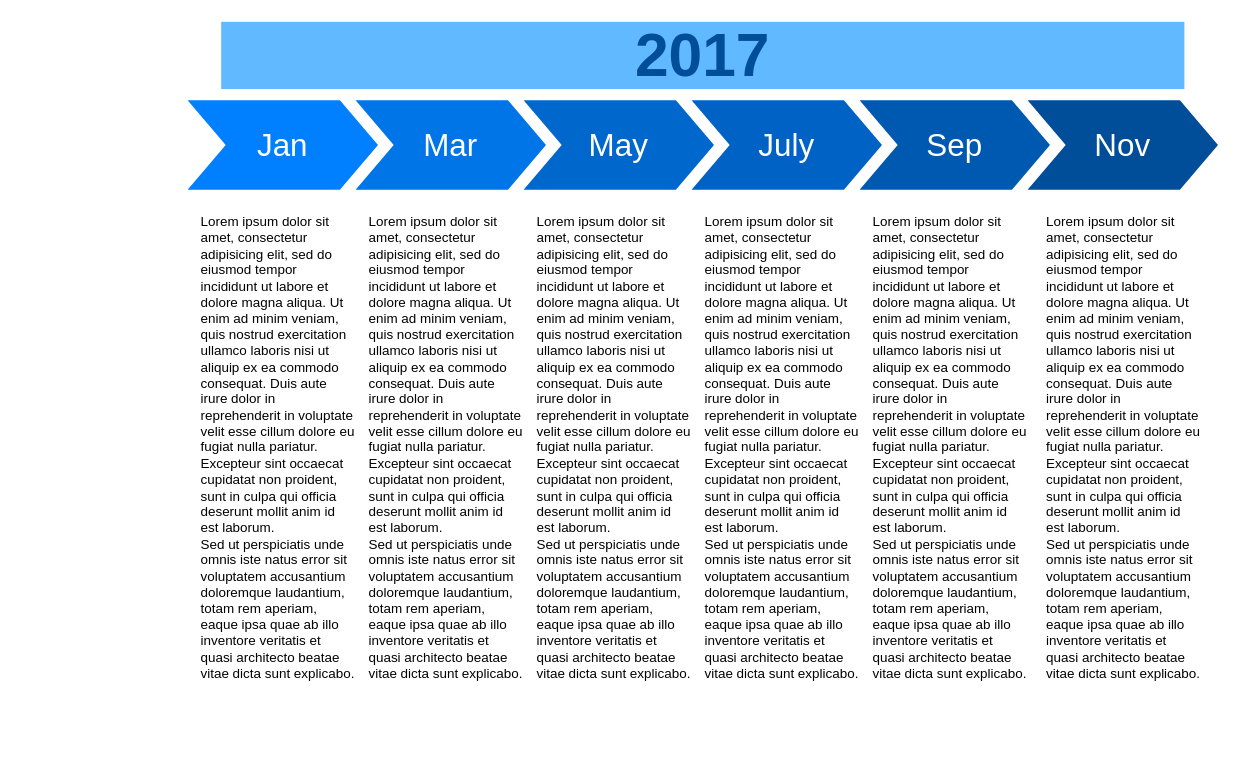
killermyth/Documents keeps this draw.io diagram as myrecord.drawio. Above is the earlier version. Source tidied: cells renumbered, new cells numbered last; positions are measured from the earlier drawing's top-left corner, leaving out a move shared by most shapes. Both pictures are drawn from the tidied source at 112%, with x=0, y=0 at pixel (187, 21).
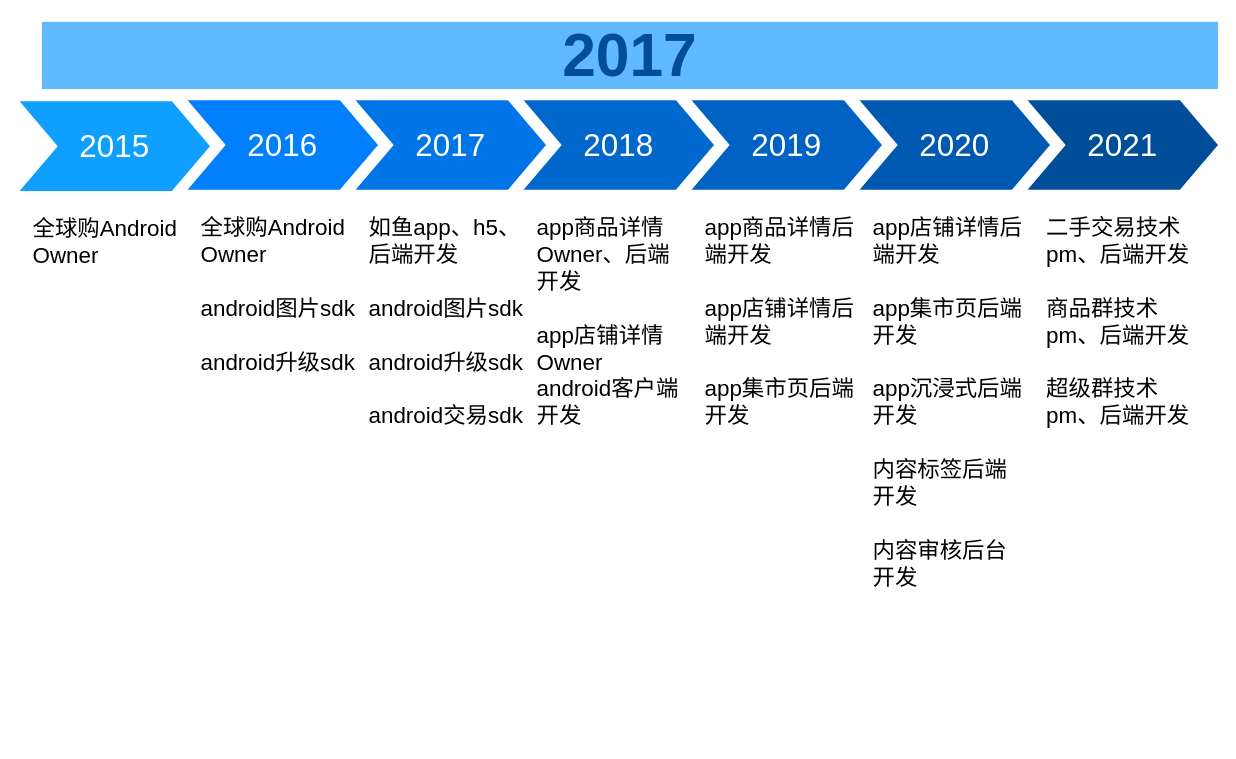
The same page after the edit.

Change to the diagram source:
```diff
@@
 <mxGraphModel>
   <root>
     <mxCell id="0" />
     <mxCell id="1" parent="0" />
-    <mxCell id="2" value="Jan" style="shape=step;whiteSpace=wrap;html=1;fontSize=28;fillColor=#0080FF;fontColor=#FFFFFF;strokeColor=none;" parent="1" vertex="1">
+    <mxCell id="2" value="2016" style="shape=step;whiteSpace=wrap;html=1;fontSize=28;fillColor=#0080FF;fontColor=#FFFFFF;strokeColor=none;" parent="1" vertex="1">
       <mxGeometry y="70" width="170" height="80" as="geometry" />
     </mxCell>
-    <mxCell id="3" value="Mar" style="shape=step;whiteSpace=wrap;html=1;fontSize=28;fillColor=#0075E8;fontColor=#FFFFFF;strokeColor=none;" parent="1" vertex="1">
+    <mxCell id="3" value="2017" style="shape=step;whiteSpace=wrap;html=1;fontSize=28;fillColor=#0075E8;fontColor=#FFFFFF;strokeColor=none;" parent="1" vertex="1">
       <mxGeometry x="150" y="70" width="170" height="80" as="geometry" />
     </mxCell>
-    <mxCell id="4" value="May" style="shape=step;whiteSpace=wrap;html=1;fontSize=28;fillColor=#0067CC;fontColor=#FFFFFF;strokeColor=none;" parent="1" vertex="1">
+    <mxCell id="4" value="2018" style="shape=step;whiteSpace=wrap;html=1;fontSize=28;fillColor=#0067CC;fontColor=#FFFFFF;strokeColor=none;" parent="1" vertex="1">
       <mxGeometry x="300" y="70" width="170" height="80" as="geometry" />
     </mxCell>
-    <mxCell id="5" value="July" style="shape=step;whiteSpace=wrap;html=1;fontSize=28;fillColor=#0062C4;fontColor=#FFFFFF;strokeColor=none;" parent="1" vertex="1">
+    <mxCell id="5" value="2019" style="shape=step;whiteSpace=wrap;html=1;fontSize=28;fillColor=#0062C4;fontColor=#FFFFFF;strokeColor=none;" parent="1" vertex="1">
       <mxGeometry x="450" y="70" width="170" height="80" as="geometry" />
     </mxCell>
-    <mxCell id="6" value="Sep" style="shape=step;whiteSpace=wrap;html=1;fontSize=28;fillColor=#0059B0;fontColor=#FFFFFF;strokeColor=none;" parent="1" vertex="1">
+    <mxCell id="6" value="2020" style="shape=step;whiteSpace=wrap;html=1;fontSize=28;fillColor=#0059B0;fontColor=#FFFFFF;strokeColor=none;" parent="1" vertex="1">
       <mxGeometry x="600" y="70" width="170" height="80" as="geometry" />
     </mxCell>
-    <mxCell id="7" value="Nov" style="shape=step;whiteSpace=wrap;html=1;fontSize=28;fillColor=#004D99;fontColor=#FFFFFF;strokeColor=none;" parent="1" vertex="1">
+    <mxCell id="7" value="2021" style="shape=step;whiteSpace=wrap;html=1;fontSize=28;fillColor=#004D99;fontColor=#FFFFFF;strokeColor=none;" parent="1" vertex="1">
       <mxGeometry x="750" y="70" width="170" height="80" as="geometry" />
     </mxCell>
     <mxCell id="8" value="2017" style="text;html=1;strokeColor=none;fillColor=#61BAFF;align=center;verticalAlign=middle;whiteSpace=wrap;fontSize=54;fontStyle=1;fontColor=#004D99;" parent="1" vertex="1">
-      <mxGeometry x="30" width="860" height="60" as="geometry" />
+      <mxGeometry x="-130" width="1050" height="60" as="geometry" />
     </mxCell>
-    <mxCell id="9" value="Lorem ipsum dolor sit amet, consectetur adipisicing elit, sed do eiusmod tempor incididunt ut labore et dolore magna aliqua. Ut enim ad minim veniam, quis nostrud exercitation ullamco laboris nisi ut aliquip ex ea commodo consequat. Duis aute irure dolor in reprehenderit in voluptate velit esse cillum dolore eu fugiat nulla pariatur. Excepteur sint occaecat cupidatat non proident, sunt in culpa qui officia deserunt mollit anim id est laborum.&lt;br&gt;Sed ut perspiciatis unde omnis iste natus error sit voluptatem accusantium doloremque laudantium, totam rem aperiam, eaque ipsa quae ab illo inventore veritatis et quasi architecto beatae vitae dicta sunt explicabo." style="text;spacingTop=-5;fillColor=#ffffff;whiteSpace=wrap;html=1;align=left;fontSize=12;fontFamily=Helvetica;fillColor=none;strokeColor=none;" parent="1" vertex="1">
+    <mxCell id="9" value="&lt;span style=&quot;font-size: 20px&quot;&gt;全球购Android Owner&lt;br&gt;&lt;br&gt;&lt;/span&gt;&lt;span style=&quot;font-size: 20px&quot;&gt;android图片sdk&lt;br&gt;&lt;/span&gt;&lt;span style=&quot;font-size: 20px&quot;&gt;&lt;br&gt;&lt;/span&gt;&lt;span style=&quot;font-size: 20px&quot;&gt;android升级sdk&lt;/span&gt;&lt;span style=&quot;font-size: 20px&quot;&gt;&lt;br&gt;&lt;/span&gt;" style="text;spacingTop=-5;fillColor=#ffffff;whiteSpace=wrap;html=1;align=left;fontSize=12;fontFamily=Helvetica;fillColor=none;strokeColor=none;" parent="1" vertex="1">
       <mxGeometry x="10" y="170" width="140" height="470" as="geometry" />
     </mxCell>
-    <mxCell id="10" value="Lorem ipsum dolor sit amet, consectetur adipisicing elit, sed do eiusmod tempor incididunt ut labore et dolore magna aliqua. Ut enim ad minim veniam, quis nostrud exercitation ullamco laboris nisi ut aliquip ex ea commodo consequat. Duis aute irure dolor in reprehenderit in voluptate velit esse cillum dolore eu fugiat nulla pariatur. Excepteur sint occaecat cupidatat non proident, sunt in culpa qui officia deserunt mollit anim id est laborum.&lt;br&gt;Sed ut perspiciatis unde omnis iste natus error sit voluptatem accusantium doloremque laudantium, totam rem aperiam, eaque ipsa quae ab illo inventore veritatis et quasi architecto beatae vitae dicta sunt explicabo." style="text;spacingTop=-5;fillColor=#ffffff;whiteSpace=wrap;html=1;align=left;fontSize=12;fontFamily=Helvetica;fillColor=none;strokeColor=none;" parent="1" vertex="1">
+    <mxCell id="10" value="&lt;font style=&quot;font-size: 20px&quot;&gt;如鱼app、h5、后端开发&lt;br&gt;&lt;br&gt;android图片sdk&lt;br&gt;&lt;br&gt;android升级sdk&lt;br&gt;&lt;br&gt;android交易sdk&lt;br&gt;&lt;/font&gt;" style="text;spacingTop=-5;fillColor=#ffffff;whiteSpace=wrap;html=1;align=left;fontSize=12;fontFamily=Helvetica;fillColor=none;strokeColor=none;" parent="1" vertex="1">
       <mxGeometry x="160" y="170" width="140" height="470" as="geometry" />
     </mxCell>
-    <mxCell id="11" value="Lorem ipsum dolor sit amet, consectetur adipisicing elit, sed do eiusmod tempor incididunt ut labore et dolore magna aliqua. Ut enim ad minim veniam, quis nostrud exercitation ullamco laboris nisi ut aliquip ex ea commodo consequat. Duis aute irure dolor in reprehenderit in voluptate velit esse cillum dolore eu fugiat nulla pariatur. Excepteur sint occaecat cupidatat non proident, sunt in culpa qui officia deserunt mollit anim id est laborum.&lt;br&gt;Sed ut perspiciatis unde omnis iste natus error sit voluptatem accusantium doloremque laudantium, totam rem aperiam, eaque ipsa quae ab illo inventore veritatis et quasi architecto beatae vitae dicta sunt explicabo." style="text;spacingTop=-5;fillColor=#ffffff;whiteSpace=wrap;html=1;align=left;fontSize=12;fontFamily=Helvetica;fillColor=none;strokeColor=none;" parent="1" vertex="1">
+    <mxCell id="11" value="&lt;font style=&quot;font-size: 20px&quot;&gt;app商品详情&lt;/font&gt;&lt;span style=&quot;font-size: 20px&quot;&gt;Owner、后端开发&lt;br&gt;&lt;br&gt;app店铺详情&lt;/span&gt;&lt;span style=&quot;font-size: 20px&quot;&gt;Owner&lt;br&gt;android客户端开发&lt;/span&gt;&lt;span style=&quot;font-size: 20px&quot;&gt;&lt;br&gt;&lt;br&gt;&lt;/span&gt;" style="text;spacingTop=-5;fillColor=#ffffff;whiteSpace=wrap;html=1;align=left;fontSize=12;fontFamily=Helvetica;fillColor=none;strokeColor=none;" parent="1" vertex="1">
       <mxGeometry x="310" y="170" width="140" height="470" as="geometry" />
     </mxCell>
-    <mxCell id="12" value="Lorem ipsum dolor sit amet, consectetur adipisicing elit, sed do eiusmod tempor incididunt ut labore et dolore magna aliqua. Ut enim ad minim veniam, quis nostrud exercitation ullamco laboris nisi ut aliquip ex ea commodo consequat. Duis aute irure dolor in reprehenderit in voluptate velit esse cillum dolore eu fugiat nulla pariatur. Excepteur sint occaecat cupidatat non proident, sunt in culpa qui officia deserunt mollit anim id est laborum.&lt;br&gt;Sed ut perspiciatis unde omnis iste natus error sit voluptatem accusantium doloremque laudantium, totam rem aperiam, eaque ipsa quae ab illo inventore veritatis et quasi architecto beatae vitae dicta sunt explicabo." style="text;spacingTop=-5;fillColor=#ffffff;whiteSpace=wrap;html=1;align=left;fontSize=12;fontFamily=Helvetica;fillColor=none;strokeColor=none;" parent="1" vertex="1">
+    <mxCell id="12" value="&lt;font style=&quot;font-size: 20px&quot;&gt;app商品详情&lt;/font&gt;&lt;span style=&quot;font-size: 20px&quot;&gt;后端开发&lt;br&gt;&lt;br&gt;&lt;/span&gt;&lt;font style=&quot;font-size: 20px&quot;&gt;app店铺详情&lt;/font&gt;&lt;span style=&quot;font-size: 20px&quot;&gt;后端开发&lt;br&gt;&lt;/span&gt;&lt;span style=&quot;font-size: 20px&quot;&gt;&lt;br&gt;app集市页后端开发&lt;br&gt;&lt;/span&gt;" style="text;spacingTop=-5;fillColor=#ffffff;whiteSpace=wrap;html=1;align=left;fontSize=12;fontFamily=Helvetica;fillColor=none;strokeColor=none;" parent="1" vertex="1">
       <mxGeometry x="460" y="170" width="140" height="470" as="geometry" />
     </mxCell>
-    <mxCell id="13" value="Lorem ipsum dolor sit amet, consectetur adipisicing elit, sed do eiusmod tempor incididunt ut labore et dolore magna aliqua. Ut enim ad minim veniam, quis nostrud exercitation ullamco laboris nisi ut aliquip ex ea commodo consequat. Duis aute irure dolor in reprehenderit in voluptate velit esse cillum dolore eu fugiat nulla pariatur. Excepteur sint occaecat cupidatat non proident, sunt in culpa qui officia deserunt mollit anim id est laborum.&lt;br&gt;Sed ut perspiciatis unde omnis iste natus error sit voluptatem accusantium doloremque laudantium, totam rem aperiam, eaque ipsa quae ab illo inventore veritatis et quasi architecto beatae vitae dicta sunt explicabo." style="text;spacingTop=-5;fillColor=#ffffff;whiteSpace=wrap;html=1;align=left;fontSize=12;fontFamily=Helvetica;fillColor=none;strokeColor=none;" parent="1" vertex="1">
+    <mxCell id="13" value="&lt;font style=&quot;font-size: 20px&quot;&gt;app店铺详情&lt;/font&gt;&lt;span style=&quot;font-size: 20px&quot;&gt;后端开发&lt;br&gt;&lt;br&gt;&lt;/span&gt;&lt;span style=&quot;font-size: 20px&quot;&gt;app集市页后端开发&lt;br&gt;&lt;/span&gt;&lt;span style=&quot;font-size: 20px&quot;&gt;&lt;br&gt;&lt;/span&gt;&lt;span style=&quot;font-size: 20px&quot;&gt;app沉浸式后端开发&lt;br&gt;&lt;/span&gt;&lt;span style=&quot;font-size: 20px&quot;&gt;&lt;br&gt;&lt;/span&gt;&lt;span style=&quot;font-size: 20px&quot;&gt;内容标签后端开发&lt;br&gt;&lt;/span&gt;&lt;span style=&quot;font-size: 20px&quot;&gt;&lt;br&gt;&lt;/span&gt;&lt;span style=&quot;font-size: 20px&quot;&gt;内容审核后台开发&lt;/span&gt;&lt;span style=&quot;font-size: 20px&quot;&gt;&lt;br&gt;&lt;br&gt;&lt;/span&gt;" style="text;spacingTop=-5;fillColor=#ffffff;whiteSpace=wrap;html=1;align=left;fontSize=12;fontFamily=Helvetica;fillColor=none;strokeColor=none;" parent="1" vertex="1">
       <mxGeometry x="610" y="170" width="140" height="470" as="geometry" />
     </mxCell>
-    <mxCell id="14" value="Lorem ipsum dolor sit amet, consectetur adipisicing elit, sed do eiusmod tempor incididunt ut labore et dolore magna aliqua. Ut enim ad minim veniam, quis nostrud exercitation ullamco laboris nisi ut aliquip ex ea commodo consequat. Duis aute irure dolor in reprehenderit in voluptate velit esse cillum dolore eu fugiat nulla pariatur. Excepteur sint occaecat cupidatat non proident, sunt in culpa qui officia deserunt mollit anim id est laborum.&lt;br&gt;Sed ut perspiciatis unde omnis iste natus error sit voluptatem accusantium doloremque laudantium, totam rem aperiam, eaque ipsa quae ab illo inventore veritatis et quasi architecto beatae vitae dicta sunt explicabo." style="text;spacingTop=-5;fillColor=#ffffff;whiteSpace=wrap;html=1;align=left;fontSize=12;fontFamily=Helvetica;fillColor=none;strokeColor=none;" parent="1" vertex="1">
+    <mxCell id="14" value="&lt;font style=&quot;font-size: 20px&quot;&gt;&lt;font style=&quot;font-size: 20px&quot;&gt;&lt;font style=&quot;font-size: 20px&quot;&gt;二手交易技术pm、后端开发&lt;br&gt;&lt;/font&gt;&lt;br&gt;商品群技术pm、后端开发&lt;br&gt;&lt;/font&gt;&lt;br&gt;超级群技术pm、后端开发&lt;/font&gt;" style="text;spacingTop=-5;fillColor=#ffffff;whiteSpace=wrap;html=1;align=left;fontSize=12;fontFamily=Helvetica;fillColor=none;strokeColor=none;" parent="1" vertex="1">
       <mxGeometry x="765" y="170" width="140" height="470" as="geometry" />
     </mxCell>
+    <mxCell id="15" value="2015" style="shape=step;whiteSpace=wrap;html=1;fontSize=28;fillColor=#0F9FFF;fontColor=#FFFFFF;strokeColor=none;" parent="1" vertex="1">
+      <mxGeometry x="-150" y="71" width="170" height="80" as="geometry" />
+    </mxCell>
+    <mxCell id="16" value="&lt;font style=&quot;font-size: 20px&quot;&gt;全球购Android Owner&lt;/font&gt;" style="text;spacingTop=-5;fillColor=#ffffff;whiteSpace=wrap;html=1;align=left;fontSize=12;fontFamily=Helvetica;fillColor=none;strokeColor=none;" parent="1" vertex="1">
+      <mxGeometry x="-140" y="171" width="140" height="470" as="geometry" />
+    </mxCell>
   </root>
 </mxGraphModel>
```
